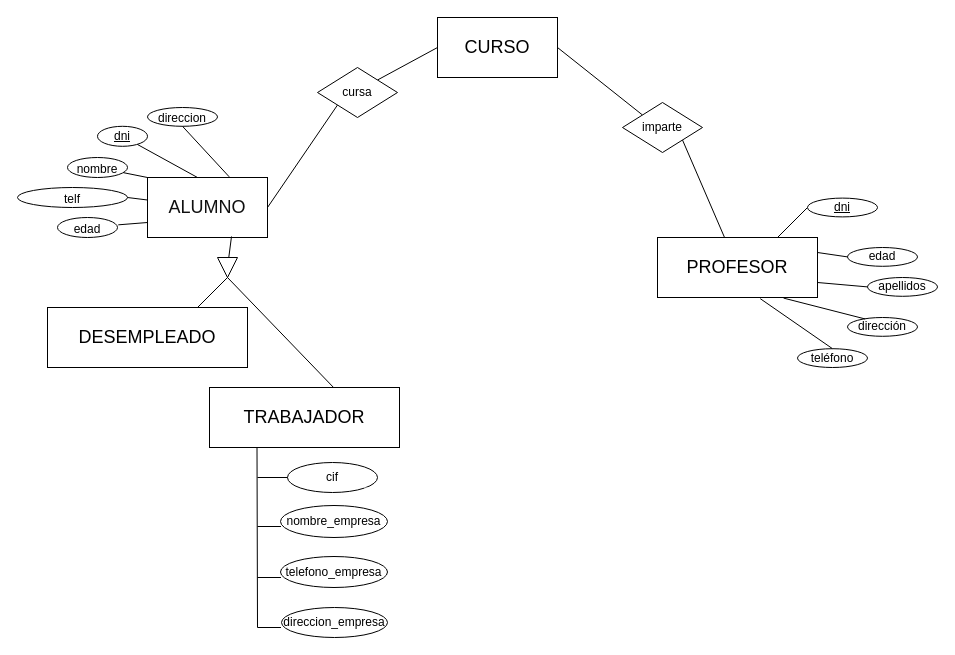
The draw.io diagram Untitled Diagram.drawio in JuanMarinG/TA12_MYSQL, before the edit. Source tidied: cells renumbered, new cells numbered last; positions are measured from the earlier drawing's top-left corner, leaving out a move shared by most shapes. Both pictures are drawn from the tidied source at 100%, with x=0, y=0 at pixel (17, 17).
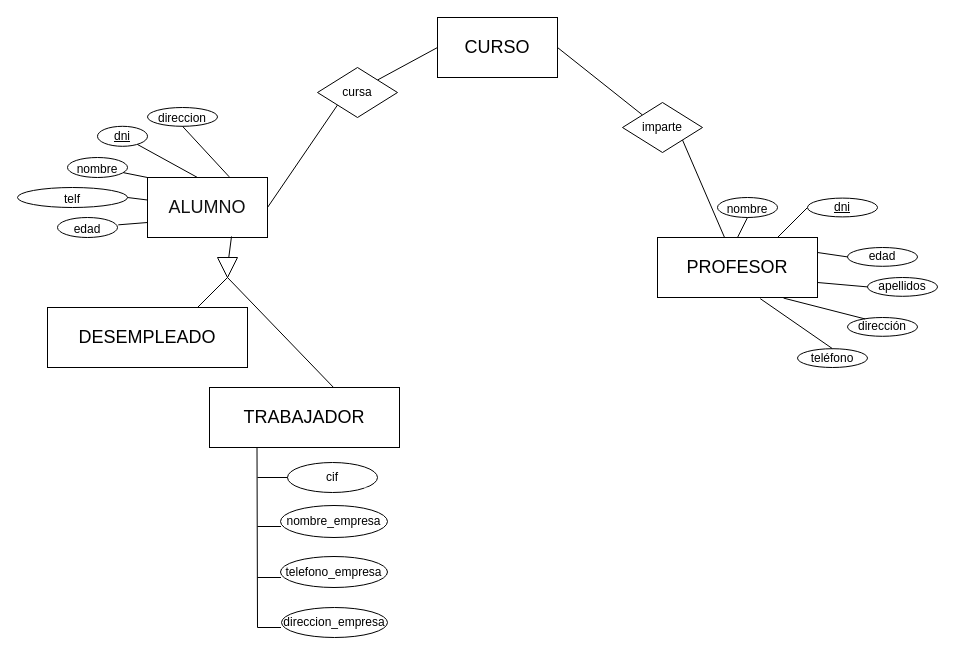
The same diagram, later.

The change refers to these unchanged cells:
```xml
<mxCell id="9" value="PROFESOR" style="rounded=0;whiteSpace=wrap;html=1;shadow=0;sketch=0;fontSize=18;" parent="1" vertex="1">
  <mxGeometry x="640" y="220" width="160" height="60" as="geometry" />
</mxCell>
```

What changed in the source:
```diff
@@
+    <mxCell id="49" value="&lt;font style=&quot;font-size: 12px;&quot;&gt;nombre&lt;/font&gt;" style="ellipse;whiteSpace=wrap;html=1;rounded=0;shadow=0;sketch=0;fontSize=18;" parent="1" vertex="1">
+      <mxGeometry x="700" y="180" width="60" height="20" as="geometry" />
+    </mxCell>
+    <mxCell id="50" style="endArrow=none;html=1;rounded=1;sketch=0;fontSize=12;curved=0;entryX=0.5;entryY=1;entryDx=0;entryDy=0;exitX=0.5;exitY=0;exitDx=0;exitDy=0;" parent="1" edge="1" source="9" target="49">
+      <mxGeometry relative="1" as="geometry" />
+    </mxCell>
```
